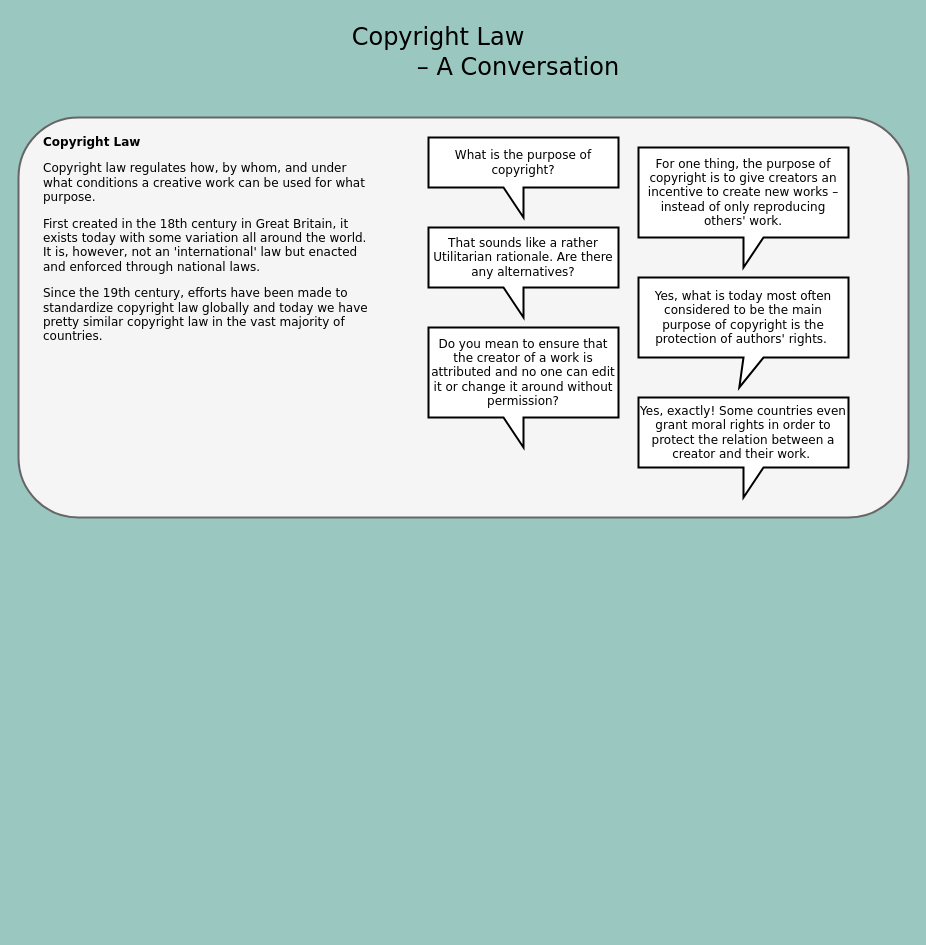
This is copyright_conceptmap.drawio from arockenberger/cc-c_coursework, a draw.io file, before an edit. Source tidied: cells renumbered, new cells numbered last; positions are measured from the earlier drawing's top-left corner, leaving out a move shared by most shapes. Both pictures are drawn from the tidied source at 100%, with x=0, y=0 at pixel (18, 17).
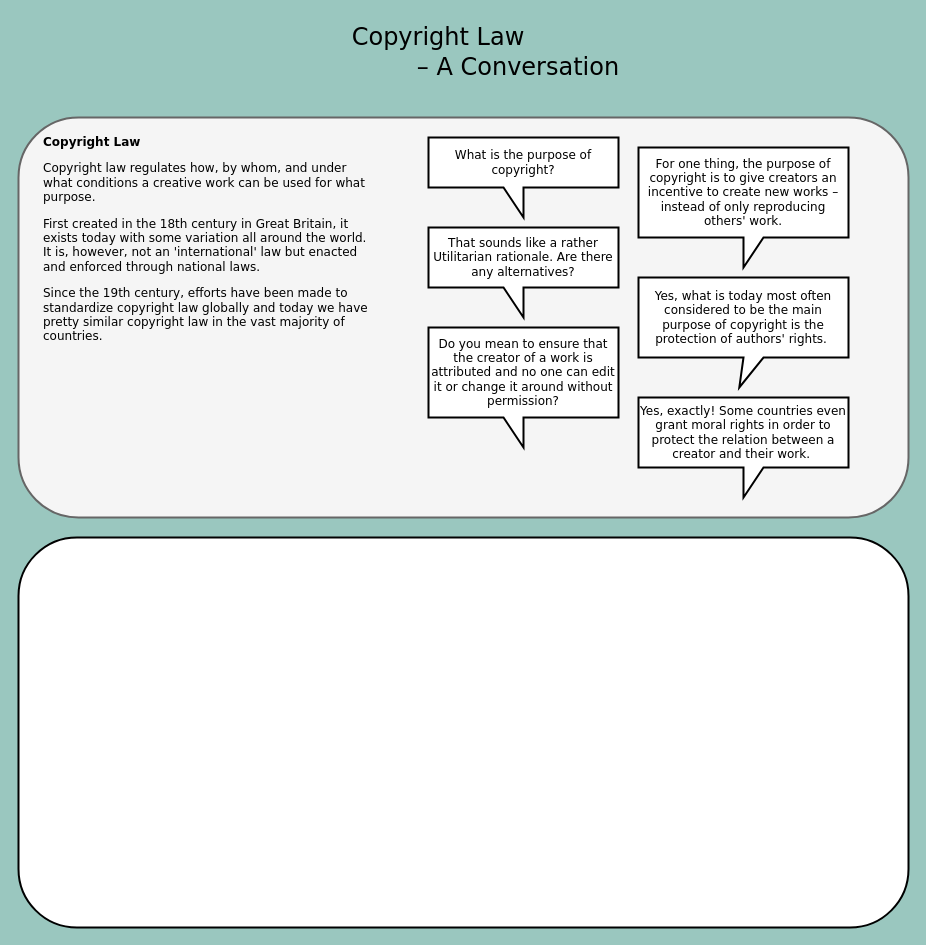
The same diagram, later.

Commit message:
Moved shapes to top center

Diff of the diagram source:
```diff
@@
 <mxGraphModel background="#9AC7BF">
   <root>
     <mxCell id="0" />
     <mxCell id="1" parent="0" />
     <mxCell id="2" style="rounded=1;whiteSpace=wrap;html=1;strokeWidth=2;fontFamily=Verdana;fontSize=24;fillColor=#f5f5f5;strokeColor=#666666;fontColor=#333333;" parent="1" vertex="1">
       <mxGeometry y="100" width="890" height="400" as="geometry" />
     </mxCell>
     <mxCell id="3" value="For one thing, the purpose of copyright is to give creators an incentive to create new works – instead of only reproducing others' work." style="shape=callout;whiteSpace=wrap;html=1;perimeter=calloutPerimeter;strokeWidth=2;fontFamily=Verdana;" parent="1" vertex="1">
       <mxGeometry x="620" y="130" width="210" height="120" as="geometry" />
     </mxCell>
     <mxCell id="4" value="What is the purpose of copyright?" style="shape=callout;whiteSpace=wrap;html=1;perimeter=calloutPerimeter;strokeWidth=2;fontFamily=Verdana;flipV=0;flipH=1;" parent="1" vertex="1">
       <mxGeometry x="410" y="120" width="190" height="80" as="geometry" />
     </mxCell>
     <mxCell id="5" value="Copyright Law" style="text;html=1;strokeColor=none;fillColor=none;align=center;verticalAlign=middle;whiteSpace=wrap;rounded=0;fontFamily=Verdana;fontSize=24;" parent="1" vertex="1">
       <mxGeometry x="320" width="200" height="40" as="geometry" />
     </mxCell>
     <mxCell id="6" value="– A Conversation" style="text;html=1;strokeColor=none;fillColor=none;align=center;verticalAlign=middle;whiteSpace=wrap;rounded=0;fontFamily=Verdana;fontSize=24;" parent="1" vertex="1">
       <mxGeometry x="390" y="40" width="220" height="20" as="geometry" />
     </mxCell>
     <mxCell id="7" value="&lt;h1 style=&quot;font-size: 12px&quot;&gt;Copyright Law&lt;/h1&gt;&lt;p style=&quot;font-size: 12px&quot;&gt;Copyright law regulates how, by whom, and under what conditions a creative work can be used for what purpose.&amp;nbsp;&lt;/p&gt;&lt;p style=&quot;font-size: 12px&quot;&gt;First created in the 18th century in Great Britain, it exists today with some variation all around the world. It is, however, not an 'international' law but enacted and enforced through national laws.&amp;nbsp;&lt;/p&gt;&lt;p style=&quot;font-size: 12px&quot;&gt;Since the 19th century, efforts have been made to standardize copyright law globally and today we have pretty similar copyright law in the vast majority of countries.&lt;/p&gt;" style="text;html=1;strokeColor=none;fillColor=none;spacing=5;spacingTop=-20;whiteSpace=wrap;overflow=hidden;rounded=0;fontFamily=Verdana;fontSize=12;" parent="1" vertex="1">
       <mxGeometry x="20" y="120" width="340" height="210" as="geometry" />
     </mxCell>
     <mxCell id="8" value="That sounds like a rather Utilitarian rationale. Are there any alternatives?" style="shape=callout;whiteSpace=wrap;html=1;perimeter=calloutPerimeter;strokeWidth=2;fontFamily=Verdana;fontSize=12;flipH=1;" parent="1" vertex="1">
       <mxGeometry x="410" y="210" width="190" height="90" as="geometry" />
     </mxCell>
     <mxCell id="9" value="Yes, what is today most often considered to be the main purpose of copyright is the protection of authors' rights.&amp;nbsp;" style="shape=callout;whiteSpace=wrap;html=1;perimeter=calloutPerimeter;strokeWidth=2;fontFamily=Verdana;fontSize=12;position2=0.48;" parent="1" vertex="1">
       <mxGeometry x="620" y="260" width="210" height="110" as="geometry" />
     </mxCell>
     <mxCell id="10" value="Do you mean to ensure that the creator of a work is attributed and no one can edit it or change it around without permission?" style="shape=callout;whiteSpace=wrap;html=1;perimeter=calloutPerimeter;strokeWidth=2;fontFamily=Verdana;fontSize=12;flipH=1;" parent="1" vertex="1">
       <mxGeometry x="410" y="310" width="190" height="120" as="geometry" />
     </mxCell>
     <mxCell id="11" value="Yes, exactly! Some countries even grant moral rights in order to protect the relation between a creator and their work.&amp;nbsp;" style="shape=callout;whiteSpace=wrap;html=1;perimeter=calloutPerimeter;strokeWidth=2;fontFamily=Verdana;fontSize=12;" parent="1" vertex="1">
       <mxGeometry x="620" y="380" width="210" height="100" as="geometry" />
     </mxCell>
+    <mxCell id="12" style="rounded=1;whiteSpace=wrap;html=1;strokeWidth=2;fontFamily=Verdana;fontSize=12;" parent="1" vertex="1">
+      <mxGeometry y="520" width="890" height="390" as="geometry" />
+    </mxCell>
   </root>
 </mxGraphModel>
```
